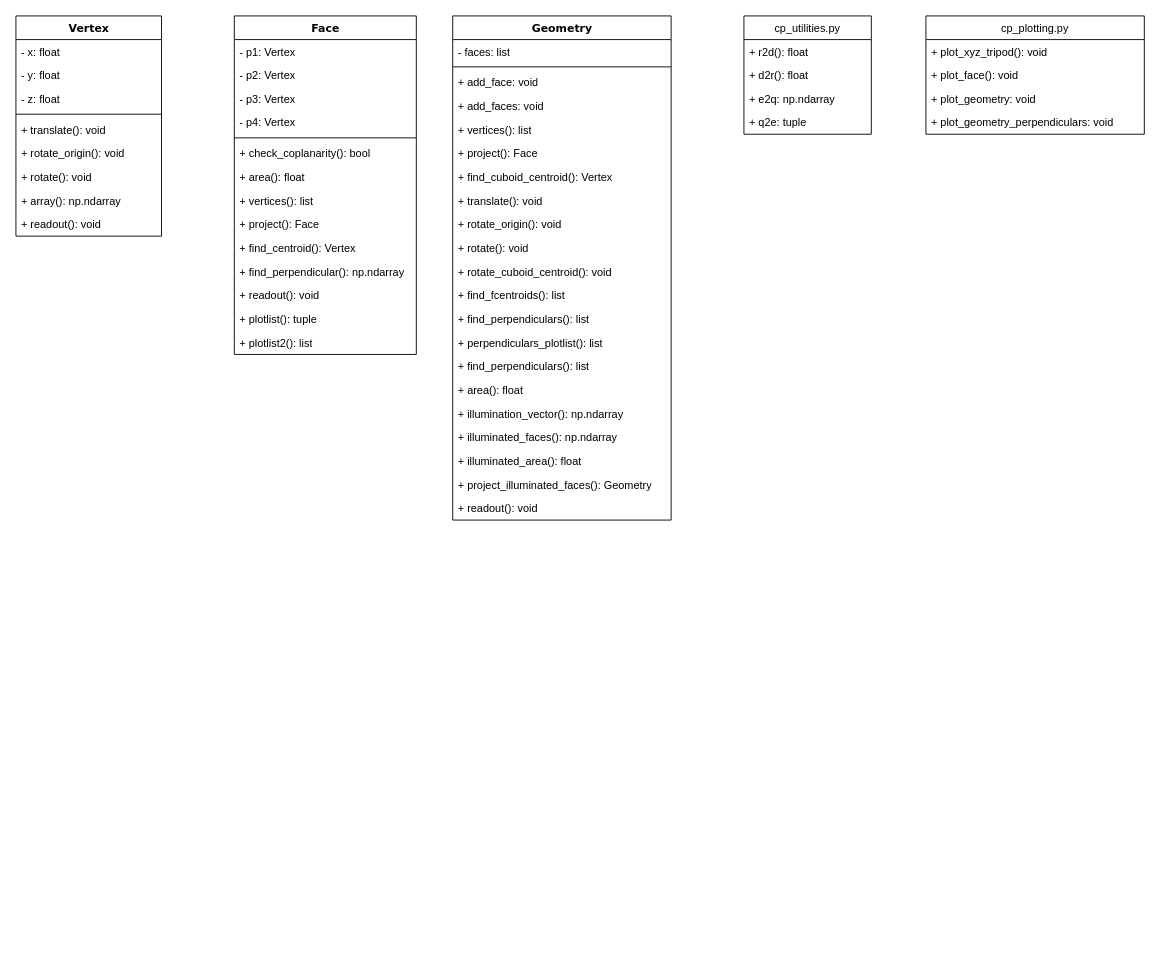
Earlier version of the draw.io diagram page "Layout" (1 of 2) of layout.drawio (Hans-Bananendans/CubeSat-Solar-Estimator). Source tidied: cells renumbered, new cells numbered last; positions are measured from the earlier drawing's top-left corner, leaving out a move shared by most shapes. Both pictures are drawn from the tidied source at 91%, with x=0, y=0 at pixel (15, 15).
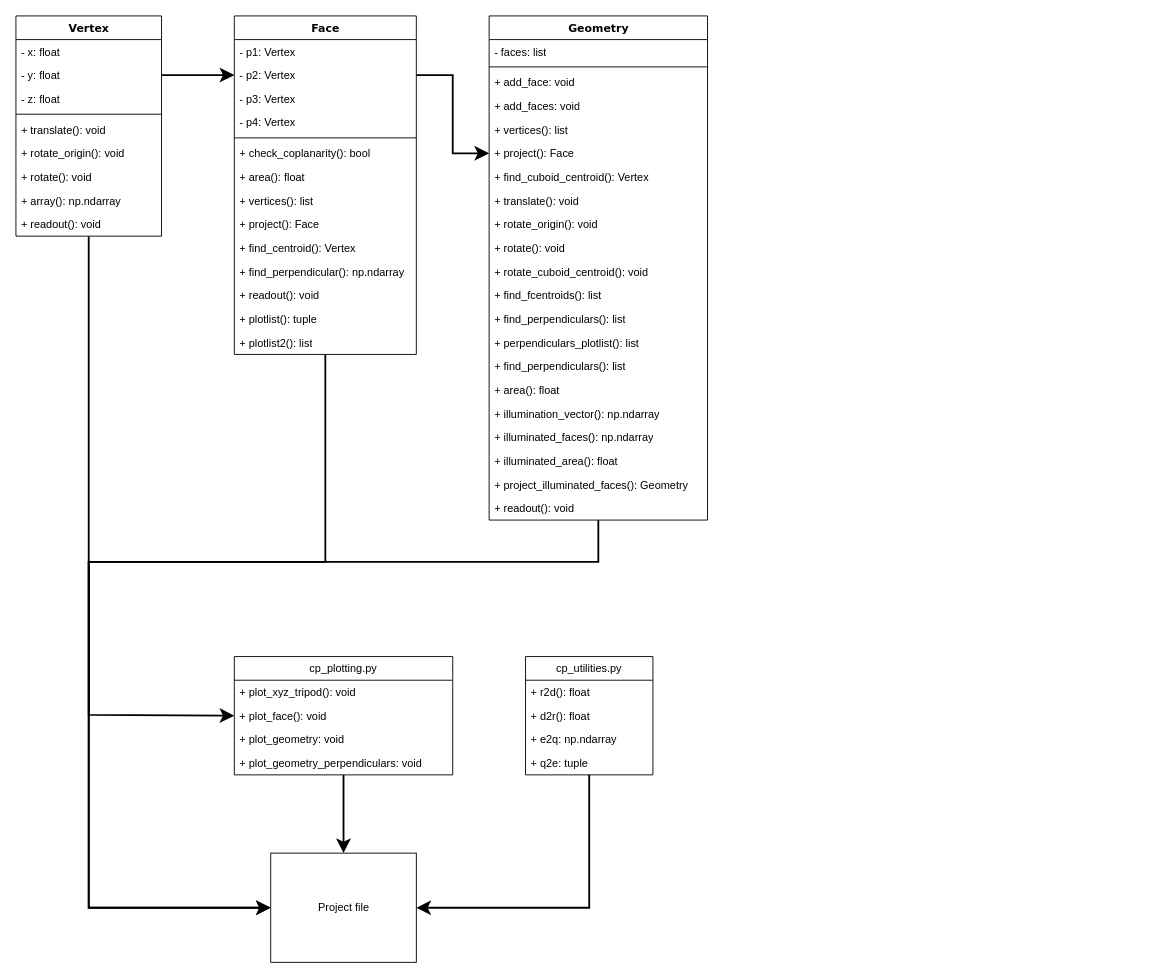
The same diagram, later.

Commit message (it also covers changes not shown here):
Added basic UML of class structure. Updated README.md.

Unchanged cells that the change refers to:
```xml
<mxCell id="2" value="Vertex" style="swimlane;html=1;fontStyle=1;align=center;verticalAlign=top;horizontal=1;startSize=26;swimlaneFillColor=#ffffff;rounded=0;shadow=0;comic=0;labelBackgroundColor=none;strokeWidth=1;fillColor=none;fontFamily=Verdana;fontSize=12;" parent="1" vertex="1">
  <mxGeometry width="160" height="242" as="geometry" />
</mxCell>
<mxCell id="4" value="- y: float" style="text;html=1;strokeColor=none;fillColor=none;align=left;verticalAlign=top;spacingLeft=4;spacingRight=4;whiteSpace=wrap;overflow=hidden;points=[[0,0.5],[1,0.5]];portConstraint=eastwest;" parent="2" vertex="1">
  <mxGeometry y="52" width="160" height="26" as="geometry" />
</mxCell>
<mxCell id="12" value="Face" style="swimlane;html=1;fontStyle=1;align=center;verticalAlign=top;horizontal=1;startSize=26;swimlaneFillColor=#ffffff;rounded=0;shadow=0;comic=0;labelBackgroundColor=none;strokeWidth=1;fillColor=none;fontFamily=Verdana;fontSize=12;" parent="1" vertex="1">
  <mxGeometry x="240" width="200" height="372" as="geometry" />
</mxCell>
<mxCell id="14" value="- p2: Vertex" style="text;html=1;strokeColor=none;fillColor=none;align=left;verticalAlign=top;spacingLeft=4;spacingRight=4;whiteSpace=wrap;overflow=hidden;points=[[0,0.5],[1,0.5]];portConstraint=eastwest;" parent="12" vertex="1">
  <mxGeometry y="52" width="200" height="26" as="geometry" />
</mxCell>
<mxCell id="33" value="+ project(): Face" style="text;html=1;strokeColor=none;fillColor=none;align=left;verticalAlign=top;spacingLeft=4;spacingRight=4;whiteSpace=wrap;overflow=hidden;points=[[0,0.5],[1,0.5]];portConstraint=eastwest;" parent="27" vertex="1">
  <mxGeometry y="138" width="240" height="26" as="geometry" />
</mxCell>
<mxCell id="56" value="+ plot_face(): void" style="text;strokeColor=none;fillColor=none;align=left;verticalAlign=top;spacingLeft=4;spacingRight=4;overflow=hidden;points=[[0,0.5],[1,0.5]];portConstraint=eastwest;" parent="54" vertex="1">
  <mxGeometry y="52" width="240" height="26" as="geometry" />
</mxCell>
```

What changed in the source:
```diff
@@
+    <mxCell id="59" style="edgeStyle=orthogonalEdgeStyle;rounded=0;jettySize=auto;html=1;endArrow=classic;endFill=1;endSize=10;strokeWidth=2;entryX=0;entryY=0.5;entryDx=0;entryDy=0;" parent="1" edge="1" source="2" target="64">
+      <mxGeometry relative="1" as="geometry">
+        <Array as="points">
+          <mxPoint x="80" y="980" />
+        </Array>
+      </mxGeometry>
+    </mxCell>
@@
+    <mxCell id="60" style="edgeStyle=orthogonalEdgeStyle;rounded=0;jettySize=auto;html=1;endArrow=classic;endFill=1;endSize=10;strokeWidth=2;entryX=0;entryY=0.5;entryDx=0;entryDy=0;" parent="1" edge="1" source="12" target="64">
+      <mxGeometry relative="1" as="geometry">
+        <Array as="points">
+          <mxPoint x="340" y="600" />
+          <mxPoint x="80" y="600" />
+          <mxPoint x="80" y="980" />
+        </Array>
+      </mxGeometry>
+    </mxCell>
@@
+    <mxCell id="61" style="edgeStyle=orthogonalEdgeStyle;rounded=0;jettySize=auto;html=1;endArrow=classic;endFill=1;endSize=10;strokeWidth=2;entryX=0;entryY=0.5;entryDx=0;entryDy=0;" parent="1" edge="1" source="27" target="56">
+      <mxGeometry relative="1" as="geometry">
+        <Array as="points">
+          <mxPoint x="640" y="600" />
+          <mxPoint x="80" y="600" />
+          <mxPoint x="80" y="768" />
+        </Array>
+      </mxGeometry>
+    </mxCell>
     <mxCell id="27" value="Geometry" style="swimlane;html=1;fontStyle=1;align=center;verticalAlign=top;horizontal=1;startSize=26;swimlaneFillColor=#ffffff;rounded=0;shadow=0;comic=0;labelBackgroundColor=none;strokeWidth=1;fillColor=none;fontFamily=Verdana;fontSize=12;" parent="1" vertex="1">
-      <mxGeometry x="480" width="240" height="554" as="geometry" />
+      <mxGeometry x="520" width="240" height="554" as="geometry" />
     </mxCell>
@@
+    <mxCell id="62" style="edgeStyle=orthogonalEdgeStyle;rounded=0;jettySize=auto;html=1;endArrow=classic;endFill=1;endSize=10;strokeWidth=2;entryX=1;entryY=0.5;entryDx=0;entryDy=0;" parent="1" edge="1" source="49" target="64">
+      <mxGeometry relative="1" as="geometry">
+        <Array as="points">
+          <mxPoint x="630" y="980" />
+        </Array>
+      </mxGeometry>
+    </mxCell>
     <mxCell id="49" value="cp_utilities.py" style="swimlane;fontStyle=0;horizontal=1;startSize=26;fillColor=none;" parent="1" vertex="1">
-      <mxGeometry x="800" width="140" height="130" as="geometry" />
+      <mxGeometry x="560" y="704" width="140" height="130" as="geometry" />
     </mxCell>
@@
+    <mxCell id="63" style="edgeStyle=orthogonalEdgeStyle;rounded=0;jettySize=auto;html=1;endArrow=classic;endFill=1;endSize=10;strokeWidth=2;" parent="1" edge="1" source="54" target="64">
+      <mxGeometry relative="1" as="geometry" />
+    </mxCell>
     <mxCell id="54" value="cp_plotting.py" style="swimlane;fontStyle=0;horizontal=1;startSize=26;fillColor=none;" parent="1" vertex="1">
-      <mxGeometry x="1000" width="240" height="130" as="geometry" />
+      <mxGeometry x="240" y="704" width="240" height="130" as="geometry" />
     </mxCell>
@@
+    <mxCell id="64" value="Project file" style="html=1;" parent="1" vertex="1">
+      <mxGeometry x="280" y="920" width="160" height="120" as="geometry" />
+    </mxCell>
+    <mxCell id="65" style="edgeStyle=orthogonalEdgeStyle;rounded=0;jettySize=auto;html=1;exitX=1;exitY=0.5;exitDx=0;exitDy=0;entryX=0;entryY=0.5;entryDx=0;entryDy=0;endArrow=classic;endFill=1;strokeWidth=2;endSize=10;" parent="1" edge="1" source="4" target="14">
+      <mxGeometry relative="1" as="geometry" />
+    </mxCell>
+    <mxCell id="66" style="edgeStyle=orthogonalEdgeStyle;rounded=0;jettySize=auto;html=1;exitX=1;exitY=0.5;exitDx=0;exitDy=0;endArrow=classic;endFill=1;endSize=10;strokeWidth=2;" parent="1" edge="1" source="14" target="33">
+      <mxGeometry relative="1" as="geometry" />
+    </mxCell>
```
